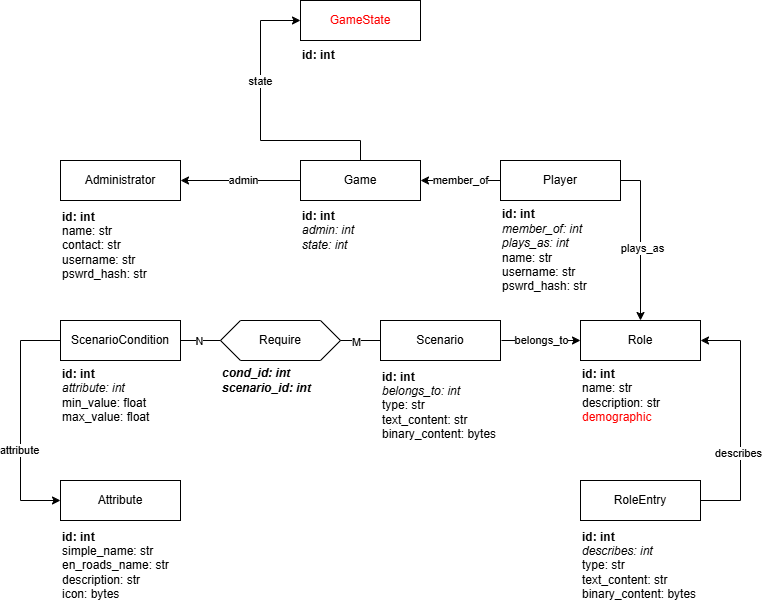
Earlier version of the draw.io export shared/data_model/relational_db.drawio.png (Yannick-Immerge/planspiel). Source tidied: cells renumbered, new cells last; positions are measured from the earlier drawing's top-left corner, leaving out a move shared by most shapes.
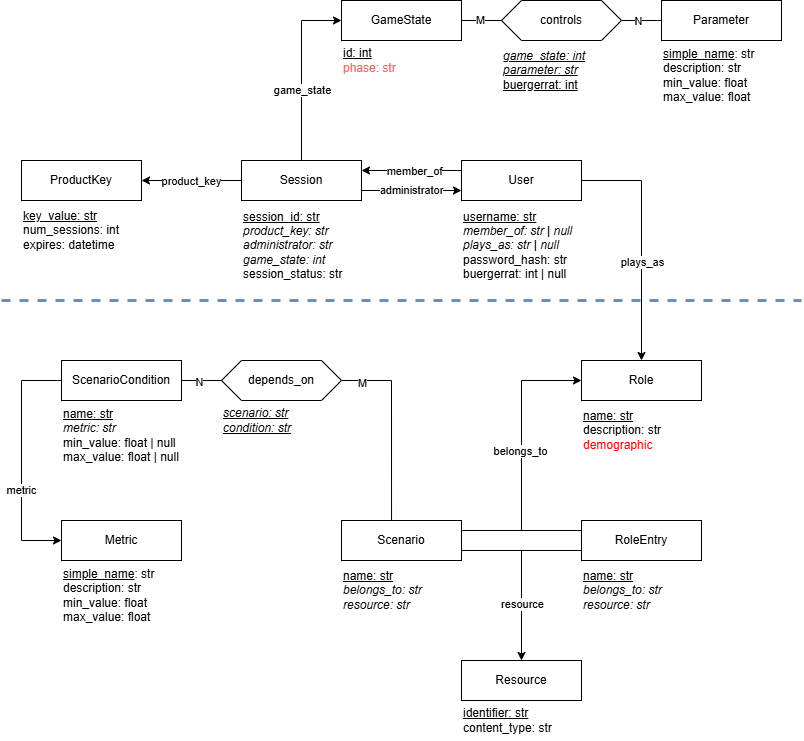
After the commit.

What changed in the source:
```diff
@@ -10,3 +10,3 @@
     </mxCell>
-    <mxCell id="4" value="Require" style="shape=hexagon;perimeter=hexagonPerimeter2;whiteSpace=wrap;html=1;fixedSize=1;" parent="1" vertex="1">
+    <mxCell id="4" value="depends_on" style="shape=hexagon;perimeter=hexagonPerimeter2;whiteSpace=wrap;html=1;fixedSize=1;" parent="1" vertex="1">
       <mxGeometry x="200" y="320" width="120" height="40" as="geometry" />
@@ -14,3 +14,3 @@
     <mxCell id="5" value="Scenario" style="rounded=0;whiteSpace=wrap;html=1;" parent="1" vertex="1">
-      <mxGeometry x="360" y="320" width="120" height="40" as="geometry" />
+      <mxGeometry x="320" y="480" width="120" height="40" as="geometry" />
     </mxCell>
@@ -22,4 +22,6 @@
     </mxCell>
-    <mxCell id="8" style="endArrow=none;html=1;rounded=0;exitX=1;exitY=0.5;exitDx=0;exitDy=0;entryX=0;entryY=0.5;entryDx=0;entryDy=0;exitPerimeter=0;" parent="1" edge="1" source="4" target="5">
-      <mxGeometry relative="1" as="geometry" />
+    <mxCell id="8" style="endArrow=none;html=1;rounded=0;exitX=1;exitY=0.5;exitDx=0;exitDy=0;exitPerimeter=0;" parent="1" edge="1" source="4">
+      <mxGeometry relative="1" as="geometry">
+        <mxPoint x="370" y="340" as="targetPoint" />
+      </mxGeometry>
     </mxCell>
@@ -31,19 +33,14 @@
     </mxCell>
-    <mxCell id="11" style="endArrow=classic;html=1;rounded=0;exitX=1;exitY=0.5;exitDx=0;exitDy=0;entryX=0;entryY=0.5;entryDx=0;entryDy=0;" parent="1" edge="1" target="3">
+    <mxCell id="11" style="endArrow=classic;html=1;rounded=0;entryX=0;entryY=0.5;entryDx=0;entryDy=0;" parent="1" edge="1" target="3">
       <mxGeometry relative="1" as="geometry">
-        <mxPoint x="481" y="340" as="sourcePoint" />
+        <mxPoint x="500" y="340" as="sourcePoint" />
       </mxGeometry>
     </mxCell>
-    <mxCell id="12" value="belongs_to" style="edgeLabel;html=1;align=center;verticalAlign=middle;" parent="11" vertex="1">
-      <mxGeometry x="0.07" y="-1" relative="1" as="geometry">
-        <mxPoint x="-3" y="-1" as="offset" />
-      </mxGeometry>
-    </mxCell>
-    <mxCell id="13" value="&lt;div&gt;&lt;b&gt;id: int&lt;/b&gt;&lt;/div&gt;&lt;i&gt;attribute: int&lt;/i&gt;&lt;div&gt;min_value: float&lt;/div&gt;&lt;div style=&quot;&quot;&gt;max_value: float&lt;/div&gt;" style="text;html=1;align=left;verticalAlign=middle;strokeColor=none;fillColor=none;" parent="1" vertex="1">
-      <mxGeometry x="40" y="360" width="110" height="70" as="geometry" />
+    <mxCell id="13" value="&lt;div&gt;&lt;u&gt;name: str&lt;/u&gt;&lt;/div&gt;&lt;i&gt;metric: str&lt;/i&gt;&lt;div&gt;min_value: float | null&lt;/div&gt;&lt;div style=&quot;&quot;&gt;max_value: float | null&lt;/div&gt;" style="text;html=1;align=left;verticalAlign=middle;strokeColor=none;fillColor=none;" parent="1" vertex="1">
+      <mxGeometry x="40" y="360" width="140" height="70" as="geometry" />
     </mxCell>
-    <mxCell id="14" value="&lt;div&gt;&lt;b&gt;id: int&lt;/b&gt;&lt;/div&gt;&lt;i&gt;belongs_to: int&lt;/i&gt;&lt;div&gt;type: str&lt;br&gt;&lt;div&gt;text_content: str&lt;div&gt;binary_content: bytes&lt;br&gt;&lt;/div&gt;&lt;/div&gt;&lt;/div&gt;" style="text;html=1;align=left;verticalAlign=middle;strokeColor=none;fillColor=none;" parent="1" vertex="1">
-      <mxGeometry x="360" y="360" width="140" height="90" as="geometry" />
+    <mxCell id="14" value="&lt;div&gt;&lt;u&gt;name: str&lt;/u&gt;&lt;/div&gt;&lt;i&gt;belongs_to: str&lt;/i&gt;&lt;div&gt;&lt;i&gt;resource: str&lt;/i&gt;&lt;/div&gt;" style="text;html=1;align=left;verticalAlign=middle;strokeColor=none;fillColor=none;" parent="1" vertex="1">
+      <mxGeometry x="320" y="520" width="100" height="60" as="geometry" />
     </mxCell>
-    <mxCell id="15" value="Attribute" style="rounded=0;whiteSpace=wrap;html=1;" parent="1" vertex="1">
+    <mxCell id="15" value="Metric" style="rounded=0;whiteSpace=wrap;html=1;" parent="1" vertex="1">
       <mxGeometry x="40" y="480" width="120" height="40" as="geometry" />
@@ -61,3 +58,3 @@
     </mxCell>
-    <mxCell id="18" value="attribute" style="edgeLabel;html=1;align=center;verticalAlign=middle;" parent="17" vertex="1">
+    <mxCell id="18" value="metric" style="edgeLabel;html=1;align=center;verticalAlign=middle;" parent="17" vertex="1">
       <mxGeometry x="-0.37" y="1" relative="1" as="geometry" />
@@ -69,7 +66,7 @@
     </mxCell>
-    <mxCell id="20" value="&lt;div&gt;&lt;b&gt;id: int&lt;/b&gt;&lt;/div&gt;simple_name: str&lt;div&gt;en_roads_name: str&lt;/div&gt;&lt;div style=&quot;&quot;&gt;description: str&lt;/div&gt;&lt;div style=&quot;&quot;&gt;icon: bytes&lt;/div&gt;" style="text;html=1;align=left;verticalAlign=middle;strokeColor=none;fillColor=none;" parent="1" vertex="1">
-      <mxGeometry x="40" y="520" width="130" height="90" as="geometry" />
+    <mxCell id="20" value="&lt;div&gt;&lt;u style=&quot;background-color: initial;&quot;&gt;simple_name&lt;/u&gt;&lt;span style=&quot;background-color: initial;&quot;&gt;: str&lt;/span&gt;&lt;/div&gt;&lt;div style=&quot;&quot;&gt;description: str&lt;/div&gt;&lt;div style=&quot;&quot;&gt;min_value: float&lt;/div&gt;&lt;div style=&quot;&quot;&gt;max_value: float&lt;/div&gt;" style="text;html=1;align=left;verticalAlign=middle;strokeColor=none;fillColor=none;" parent="1" vertex="1">
+      <mxGeometry x="40" y="520" width="110" height="70" as="geometry" />
     </mxCell>
-    <mxCell id="21" value="&lt;div&gt;&lt;b&gt;&lt;i&gt;cond_id: int&lt;/i&gt;&lt;/b&gt;&lt;/div&gt;&lt;div&gt;&lt;b&gt;&lt;i&gt;scenario_id: int&lt;/i&gt;&lt;/b&gt;&lt;/div&gt;" style="text;html=1;align=left;verticalAlign=middle;strokeColor=none;fillColor=none;" parent="1" vertex="1">
-      <mxGeometry x="200" y="360" width="110" height="40" as="geometry" />
+    <mxCell id="21" value="&lt;div&gt;&lt;i style=&quot;&quot;&gt;&lt;u&gt;scenario: str&lt;/u&gt;&lt;/i&gt;&lt;/div&gt;&lt;div&gt;&lt;i style=&quot;&quot;&gt;&lt;u&gt;condition: str&lt;/u&gt;&lt;/i&gt;&lt;/div&gt;" style="text;html=1;align=left;verticalAlign=middle;strokeColor=none;fillColor=none;" parent="1" vertex="1">
+      <mxGeometry x="200" y="360" width="90" height="40" as="geometry" />
     </mxCell>
@@ -78,50 +75,19 @@
     </mxCell>
-    <mxCell id="23" style="endArrow=classic;html=1;rounded=0;entryX=1;entryY=0.5;entryDx=0;entryDy=0;" parent="1" edge="1" target="3">
-      <mxGeometry relative="1" as="geometry">
-        <mxPoint x="720" y="340" as="sourcePoint" />
-      </mxGeometry>
-    </mxCell>
-    <mxCell id="24" style="endArrow=none;html=1;rounded=0;" parent="1" edge="1">
-      <mxGeometry relative="1" as="geometry">
-        <mxPoint x="720" y="500" as="sourcePoint" />
-        <mxPoint x="720" y="340" as="targetPoint" />
-      </mxGeometry>
-    </mxCell>
-    <mxCell id="25" value="describes" style="edgeLabel;html=1;align=center;verticalAlign=middle;" parent="24" vertex="1">
-      <mxGeometry x="-0.41" y="2" relative="1" as="geometry" />
-    </mxCell>
-    <mxCell id="26" style="endArrow=none;html=1;rounded=0;exitX=1;exitY=0.5;exitDx=0;exitDy=0;" parent="1" edge="1" source="22">
-      <mxGeometry relative="1" as="geometry">
-        <mxPoint x="720" y="500" as="targetPoint" />
-      </mxGeometry>
-    </mxCell>
-    <mxCell id="27" value="&lt;div&gt;&lt;b&gt;id: int&lt;/b&gt;&lt;/div&gt;&lt;div&gt;name: str&lt;div&gt;description: str&lt;br&gt;&lt;/div&gt;&lt;/div&gt;&lt;div&gt;&lt;font color=&quot;#ff0000&quot;&gt;demographic&lt;/font&gt;&lt;/div&gt;" style="text;html=1;align=left;verticalAlign=middle;strokeColor=none;fillColor=none;" parent="1" vertex="1">
-      <mxGeometry x="560" y="360" width="100" height="70" as="geometry" />
+    <mxCell id="27" value="&lt;div&gt;&lt;span style=&quot;background-color: initial;&quot;&gt;&lt;u&gt;name: str&lt;/u&gt;&lt;/span&gt;&lt;/div&gt;&lt;div&gt;&lt;div&gt;description: str&lt;br&gt;&lt;/div&gt;&lt;/div&gt;&lt;div&gt;&lt;font color=&quot;#ff0000&quot;&gt;demographic&lt;/font&gt;&lt;/div&gt;" style="text;html=1;align=left;verticalAlign=middle;strokeColor=none;fillColor=none;" parent="1" vertex="1">
+      <mxGeometry x="560" y="360" width="100" height="60" as="geometry" />
     </mxCell>
-    <mxCell id="28" value="&lt;div&gt;&lt;b&gt;id: int&lt;/b&gt;&lt;/div&gt;&lt;i&gt;describes: int&lt;/i&gt;&lt;div&gt;type: str&lt;br&gt;&lt;div&gt;text_content: str&lt;div&gt;binary_content: bytes&lt;br&gt;&lt;/div&gt;&lt;/div&gt;&lt;/div&gt;" style="text;html=1;align=left;verticalAlign=middle;strokeColor=none;fillColor=none;" parent="1" vertex="1">
-      <mxGeometry x="560" y="520" width="140" height="90" as="geometry" />
+    <mxCell id="28" value="&lt;div&gt;&lt;u&gt;name: str&lt;/u&gt;&lt;/div&gt;&lt;i&gt;belongs_to: str&lt;/i&gt;&lt;div&gt;&lt;i&gt;resource: str&lt;/i&gt;&lt;/div&gt;" style="text;html=1;align=left;verticalAlign=middle;strokeColor=none;fillColor=none;" parent="1" vertex="1">
+      <mxGeometry x="560" y="520" width="100" height="60" as="geometry" />
     </mxCell>
-    <mxCell id="29" value="Game" style="rounded=0;whiteSpace=wrap;html=1;" parent="1" vertex="1">
-      <mxGeometry x="280" y="160" width="120" height="40" as="geometry" />
+    <mxCell id="29" value="Session" style="rounded=0;whiteSpace=wrap;html=1;" parent="1" vertex="1">
+      <mxGeometry x="220" y="120" width="120" height="40" as="geometry" />
     </mxCell>
-    <mxCell id="30" value="Administrator" style="rounded=0;whiteSpace=wrap;html=1;" parent="1" vertex="1">
-      <mxGeometry x="40" y="160" width="120" height="40" as="geometry" />
-    </mxCell>
-    <mxCell id="31" value="Player" style="rounded=0;whiteSpace=wrap;html=1;" parent="1" vertex="1">
-      <mxGeometry x="480" y="160" width="120" height="40" as="geometry" />
+    <mxCell id="31" value="User" style="rounded=0;whiteSpace=wrap;html=1;" parent="1" vertex="1">
+      <mxGeometry x="440" y="120" width="120" height="40" as="geometry" />
     </mxCell>
-    <mxCell id="32" value="&lt;div&gt;&lt;b&gt;id: int&lt;/b&gt;&lt;/div&gt;&lt;div&gt;name: str&lt;/div&gt;&lt;div style=&quot;&quot;&gt;contact: str&lt;/div&gt;&lt;div style=&quot;&quot;&gt;username: str&lt;/div&gt;&lt;div style=&quot;&quot;&gt;pswrd_hash: str&lt;/div&gt;" style="text;html=1;align=left;verticalAlign=middle;strokeColor=none;fillColor=none;" parent="1" vertex="1">
-      <mxGeometry x="40" y="200" width="110" height="90" as="geometry" />
-    </mxCell>
-    <mxCell id="33" value="&lt;div&gt;&lt;b&gt;id: int&lt;/b&gt;&lt;/div&gt;&lt;i&gt;member_of: int&lt;/i&gt;&lt;div&gt;&lt;i&gt;plays_as: int&lt;br&gt;&lt;/i&gt;&lt;div&gt;name: str&lt;/div&gt;&lt;div style=&quot;&quot;&gt;username: str&lt;/div&gt;&lt;div style=&quot;&quot;&gt;pswrd_hash: str&lt;/div&gt;&lt;/div&gt;" style="text;html=1;align=left;verticalAlign=middle;strokeColor=none;fillColor=none;" parent="1" vertex="1">
-      <mxGeometry x="480" y="200" width="110" height="100" as="geometry" />
+    <mxCell id="33" value="&lt;div&gt;&lt;u&gt;username: str&lt;/u&gt;&lt;/div&gt;&lt;i&gt;member_of: str | null&lt;/i&gt;&lt;div&gt;&lt;i&gt;plays_as: str | null&lt;/i&gt;&lt;div style=&quot;&quot;&gt;password_hash: str&lt;/div&gt;&lt;/div&gt;&lt;div style=&quot;&quot;&gt;buergerrat: int | null&lt;/div&gt;" style="text;html=1;align=left;verticalAlign=middle;strokeColor=none;fillColor=none;" parent="1" vertex="1">
+      <mxGeometry x="440" y="160" width="130" height="90" as="geometry" />
     </mxCell>
-    <mxCell id="34" style="endArrow=classic;html=1;rounded=0;exitX=0;exitY=0.5;exitDx=0;exitDy=0;entryX=1;entryY=0.5;entryDx=0;entryDy=0;" parent="1" edge="1" source="29" target="30">
-      <mxGeometry relative="1" as="geometry" />
-    </mxCell>
-    <mxCell id="35" value="admin" style="edgeLabel;html=1;align=center;verticalAlign=middle;" parent="34" vertex="1">
-      <mxGeometry x="-0.05" relative="1" as="geometry" />
-    </mxCell>
-    <mxCell id="36" value="&lt;div&gt;&lt;b&gt;id: int&lt;/b&gt;&lt;/div&gt;&lt;i&gt;admin: int&lt;/i&gt;&lt;div&gt;&lt;i&gt;state: int&lt;br&gt;&lt;/i&gt;&lt;/div&gt;" style="text;html=1;align=left;verticalAlign=middle;strokeColor=none;fillColor=none;" parent="1" vertex="1">
-      <mxGeometry x="280" y="200" width="80" height="60" as="geometry" />
+    <mxCell id="36" value="&lt;div&gt;&lt;u&gt;session_id: str&lt;/u&gt;&lt;/div&gt;&lt;div&gt;&lt;i&gt;product_key: str&lt;/i&gt;&lt;/div&gt;&lt;div&gt;&lt;i&gt;administrator: str&lt;/i&gt;&lt;/div&gt;&lt;div&gt;&lt;i&gt;game_state: int&lt;/i&gt;&lt;/div&gt;&lt;div&gt;session_status: str&lt;/div&gt;" style="text;html=1;align=left;verticalAlign=middle;strokeColor=none;fillColor=none;" parent="1" vertex="1">
+      <mxGeometry x="220" y="160" width="120" height="90" as="geometry" />
     </mxCell>
@@ -129,3 +95,3 @@
       <mxGeometry relative="1" as="geometry">
-        <mxPoint x="620" y="180" as="sourcePoint" />
+        <mxPoint x="620" y="140" as="sourcePoint" />
       </mxGeometry>
@@ -134,3 +100,3 @@
       <mxGeometry relative="1" as="geometry">
-        <mxPoint x="620" y="180" as="sourcePoint" />
+        <mxPoint x="620" y="140" as="sourcePoint" />
       </mxGeometry>
@@ -138,6 +104,10 @@
     <mxCell id="39" value="plays_as" style="edgeLabel;html=1;align=center;verticalAlign=middle;" parent="38" vertex="1">
-      <mxGeometry x="-0.04" y="2" relative="1" as="geometry" />
+      <mxGeometry x="-0.04" y="2" relative="1" as="geometry">
+        <mxPoint x="-2" y="-6" as="offset" />
+      </mxGeometry>
     </mxCell>
-    <mxCell id="40" style="endArrow=classic;html=1;rounded=0;exitX=0;exitY=0.5;exitDx=0;exitDy=0;entryX=1;entryY=0.5;entryDx=0;entryDy=0;" parent="1" edge="1" source="31" target="29">
-      <mxGeometry relative="1" as="geometry" />
+    <mxCell id="40" style="endArrow=classic;html=1;rounded=0;entryX=1;entryY=0.25;entryDx=0;entryDy=0;" parent="1" edge="1" target="29">
+      <mxGeometry relative="1" as="geometry">
+        <mxPoint x="440" y="130" as="sourcePoint" />
+      </mxGeometry>
     </mxCell>
@@ -148,33 +118,109 @@
     </mxCell>
-    <mxCell id="42" value="&lt;font color=&quot;#ff0000&quot;&gt;GameState&lt;/font&gt;" style="rounded=0;whiteSpace=wrap;html=1;" parent="1" vertex="1">
-      <mxGeometry x="280" width="120" height="40" as="geometry" />
+    <mxCell id="42" value="GameState" style="rounded=0;whiteSpace=wrap;html=1;" parent="1" vertex="1">
+      <mxGeometry x="320" y="-40" width="120" height="40" as="geometry" />
     </mxCell>
-    <mxCell id="43" style="endArrow=classic;html=1;rounded=0;entryX=0;entryY=0.5;entryDx=0;entryDy=0;" parent="1" edge="1" target="42">
-      <mxGeometry relative="1" as="geometry">
-        <mxPoint x="240" y="20" as="sourcePoint" />
-      </mxGeometry>
-    </mxCell>
-    <mxCell id="44" style="endArrow=none;html=1;rounded=0;" parent="1" edge="1">
-      <mxGeometry relative="1" as="geometry">
-        <mxPoint x="240" y="140" as="sourcePoint" />
-        <mxPoint x="240" y="20" as="targetPoint" />
-      </mxGeometry>
-    </mxCell>
-    <mxCell id="45" value="state" style="edgeLabel;html=1;align=center;verticalAlign=middle;" parent="44" vertex="1">
-      <mxGeometry x="-0.01" relative="1" as="geometry" />
-    </mxCell>
-    <mxCell id="46" style="endArrow=none;html=1;rounded=0;" parent="1" edge="1">
-      <mxGeometry relative="1" as="geometry">
-        <mxPoint x="240" y="140" as="sourcePoint" />
-        <mxPoint x="340" y="140" as="targetPoint" />
-      </mxGeometry>
-    </mxCell>
-    <mxCell id="47" style="endArrow=none;html=1;rounded=0;" parent="1" edge="1" source="29">
-      <mxGeometry relative="1" as="geometry">
-        <mxPoint x="340" y="140" as="targetPoint" />
-      </mxGeometry>
-    </mxCell>
-    <mxCell id="48" value="&lt;div&gt;&lt;b&gt;id: int&lt;/b&gt;&lt;/div&gt;" style="text;html=1;align=left;verticalAlign=middle;strokeColor=none;fillColor=none;" parent="1" vertex="1">
-      <mxGeometry x="280" y="40" width="60" height="30" as="geometry" />
+    <mxCell id="48" value="&lt;div&gt;&lt;u&gt;id: int&lt;/u&gt;&lt;/div&gt;&lt;div&gt;&lt;font color=&quot;#ea6b66&quot;&gt;phase: str&lt;/font&gt;&lt;/div&gt;" style="text;html=1;align=left;verticalAlign=middle;strokeColor=none;fillColor=none;" parent="1" vertex="1">
+      <mxGeometry x="320" width="80" height="40" as="geometry" />
     </mxCell>
+    <mxCell id="49" value="Resource" style="rounded=0;whiteSpace=wrap;html=1;" parent="1" vertex="1">
+      <mxGeometry x="440" y="620" width="120" height="40" as="geometry" />
+    </mxCell>
+    <mxCell id="50" style="endArrow=none;html=1;rounded=0;entryX=0.417;entryY=0;entryDx=0;entryDy=0;entryPerimeter=0;" parent="1" edge="1" target="5">
+      <mxGeometry relative="1" as="geometry">
+        <mxPoint x="370" y="340" as="sourcePoint" />
+      </mxGeometry>
+    </mxCell>
+    <mxCell id="51" style="endArrow=none;html=1;rounded=0;" parent="1" edge="1">
+      <mxGeometry relative="1" as="geometry">
+        <mxPoint x="500" y="490" as="sourcePoint" />
+        <mxPoint x="500" y="340" as="targetPoint" />
+      </mxGeometry>
+    </mxCell>
+    <mxCell id="12" value="belongs_to" style="edgeLabel;html=1;align=center;verticalAlign=middle;" parent="51" vertex="1">
+      <mxGeometry x="0.06" y="2" relative="1" as="geometry" />
+    </mxCell>
+    <mxCell id="52" style="endArrow=none;html=1;rounded=0;entryX=1;entryY=0.75;entryDx=0;entryDy=0;exitX=0;exitY=0.75;exitDx=0;exitDy=0;" parent="1" edge="1" source="22" target="5">
+      <mxGeometry relative="1" as="geometry" />
+    </mxCell>
+    <mxCell id="53" style="endArrow=classic;html=1;rounded=0;entryX=0.5;entryY=0;entryDx=0;entryDy=0;" parent="1" edge="1" target="49">
+      <mxGeometry relative="1" as="geometry">
+        <mxPoint x="500" y="510" as="sourcePoint" />
+      </mxGeometry>
+    </mxCell>
+    <mxCell id="54" value="resource" style="edgeLabel;html=1;align=center;verticalAlign=middle;" parent="53" vertex="1">
+      <mxGeometry x="-0.03" relative="1" as="geometry" />
+    </mxCell>
+    <mxCell id="55" style="endArrow=none;html=1;rounded=0;entryX=1;entryY=0.75;entryDx=0;entryDy=0;exitX=0;exitY=0.75;exitDx=0;exitDy=0;" parent="1" edge="1">
+      <mxGeometry relative="1" as="geometry">
+        <mxPoint x="560" y="490" as="sourcePoint" />
+        <mxPoint x="440" y="490" as="targetPoint" />
+      </mxGeometry>
+    </mxCell>
+    <mxCell id="56" value="&lt;div&gt;&lt;u&gt;identifier: str&lt;/u&gt;&lt;/div&gt;content_type: str" style="text;html=1;align=left;verticalAlign=middle;strokeColor=none;fillColor=none;" parent="1" vertex="1">
+      <mxGeometry x="440" y="660" width="110" height="40" as="geometry" />
+    </mxCell>
+    <mxCell id="57" style="endArrow=classic;html=1;rounded=0;exitX=1;exitY=0.75;exitDx=0;exitDy=0;entryX=0;entryY=0.75;entryDx=0;entryDy=0;" parent="1" edge="1" source="29" target="31">
+      <mxGeometry relative="1" as="geometry" />
+    </mxCell>
+    <mxCell id="58" value="administrator" style="edgeLabel;html=1;align=center;verticalAlign=middle;" parent="57" vertex="1">
+      <mxGeometry x="-0.02" y="1" relative="1" as="geometry" />
+    </mxCell>
+    <mxCell id="59" value="ProductKey" style="rounded=0;whiteSpace=wrap;html=1;" parent="1" vertex="1">
+      <mxGeometry y="120" width="120" height="40" as="geometry" />
+    </mxCell>
+    <mxCell id="60" style="endArrow=classic;html=1;rounded=0;exitX=0;exitY=0.5;exitDx=0;exitDy=0;entryX=1;entryY=0.5;entryDx=0;entryDy=0;" parent="1" edge="1" source="29" target="59">
+      <mxGeometry relative="1" as="geometry" />
+    </mxCell>
+    <mxCell id="61" value="product_key" style="edgeLabel;html=1;align=center;verticalAlign=middle;" parent="60" vertex="1">
+      <mxGeometry x="0.02" relative="1" as="geometry" />
+    </mxCell>
+    <mxCell id="62" value="&lt;div&gt;&lt;u&gt;key_value: str&lt;/u&gt;&lt;/div&gt;num_sessions: int&lt;div&gt;expires: datetime&lt;br&gt;&lt;/div&gt;" style="text;html=1;align=left;verticalAlign=middle;strokeColor=none;fillColor=none;" parent="1" vertex="1">
+      <mxGeometry y="160" width="120" height="60" as="geometry" />
+    </mxCell>
+    <mxCell id="63" style="endArrow=classic;html=1;rounded=0;" parent="1" edge="1">
+      <mxGeometry relative="1" as="geometry">
+        <mxPoint x="280" y="-20" as="sourcePoint" />
+        <mxPoint x="320" y="-20" as="targetPoint" />
+      </mxGeometry>
+    </mxCell>
+    <mxCell id="64" style="endArrow=none;html=1;rounded=0;entryX=0.5;entryY=0;entryDx=0;entryDy=0;" parent="1" edge="1" target="29">
+      <mxGeometry relative="1" as="geometry">
+        <mxPoint x="280" y="-20" as="sourcePoint" />
+      </mxGeometry>
+    </mxCell>
+    <mxCell id="65" value="game_state" style="edgeLabel;html=1;align=center;verticalAlign=middle;" parent="64" vertex="1">
+      <mxGeometry x="-0.02" relative="1" as="geometry" />
+    </mxCell>
+    <mxCell id="66" value="controls" style="shape=hexagon;perimeter=hexagonPerimeter2;whiteSpace=wrap;html=1;fixedSize=1;" parent="1" vertex="1">
+      <mxGeometry x="480" y="-40" width="120" height="40" as="geometry" />
+    </mxCell>
+    <mxCell id="67" value="Parameter" style="rounded=0;whiteSpace=wrap;html=1;" parent="1" vertex="1">
+      <mxGeometry x="640" y="-40" width="120" height="40" as="geometry" />
+    </mxCell>
+    <mxCell id="68" value="&lt;div&gt;&lt;i style=&quot;&quot;&gt;&lt;u&gt;game_state: int&lt;/u&gt;&lt;/i&gt;&lt;/div&gt;&lt;div&gt;&lt;i style=&quot;&quot;&gt;&lt;u&gt;parameter: str&lt;/u&gt;&lt;/i&gt;&lt;/div&gt;&lt;div&gt;&lt;u style=&quot;&quot;&gt;buergerrat: int&lt;/u&gt;&lt;/div&gt;" style="text;html=1;align=left;verticalAlign=middle;strokeColor=none;fillColor=none;" parent="1" vertex="1">
+      <mxGeometry x="480" width="110" height="60" as="geometry" />
+    </mxCell>
+    <mxCell id="69" style="endArrow=none;html=1;rounded=0;exitX=1;exitY=0.5;exitDx=0;exitDy=0;entryX=0;entryY=0.5;entryDx=0;entryDy=0;" parent="1" edge="1" source="42" target="66">
+      <mxGeometry relative="1" as="geometry" />
+    </mxCell>
+    <mxCell id="70" value="M" style="edgeLabel;html=1;align=center;verticalAlign=middle;" parent="69" vertex="1">
+      <mxGeometry x="-0.06" y="1" relative="1" as="geometry" />
+    </mxCell>
+    <mxCell id="71" style="endArrow=none;html=1;rounded=0;entryX=0;entryY=0.5;entryDx=0;entryDy=0;exitX=1;exitY=0.5;exitDx=0;exitDy=0;" parent="1" edge="1" source="66" target="67">
+      <mxGeometry relative="1" as="geometry" />
+    </mxCell>
+    <mxCell id="72" value="N" style="edgeLabel;html=1;align=center;verticalAlign=middle;" parent="71" vertex="1">
+      <mxGeometry x="-0.18" y="-1" relative="1" as="geometry">
+        <mxPoint y="-1" as="offset" />
+      </mxGeometry>
+    </mxCell>
+    <mxCell id="73" value="&lt;div&gt;&lt;u style=&quot;background-color: initial;&quot;&gt;simple_name&lt;/u&gt;&lt;span style=&quot;background-color: initial;&quot;&gt;: str&lt;/span&gt;&lt;/div&gt;&lt;div style=&quot;&quot;&gt;description: str&lt;/div&gt;&lt;div style=&quot;&quot;&gt;min_value: float&lt;/div&gt;&lt;div style=&quot;&quot;&gt;max_value: float&lt;/div&gt;" style="text;html=1;align=left;verticalAlign=middle;strokeColor=none;fillColor=none;" parent="1" vertex="1">
+      <mxGeometry x="640" width="110" height="70" as="geometry" />
+    </mxCell>
+    <mxCell id="74" style="endArrow=none;dashed=1;html=1;strokeWidth=3;rounded=0;fillColor=#dae8fc;strokeColor=#6c8ebf;" parent="1" edge="1">
+      <mxGeometry relative="1" as="geometry">
+        <mxPoint x="-20" y="260" as="sourcePoint" />
+        <mxPoint x="780" y="260" as="targetPoint" />
+      </mxGeometry>
+    </mxCell>
   </root>
```
